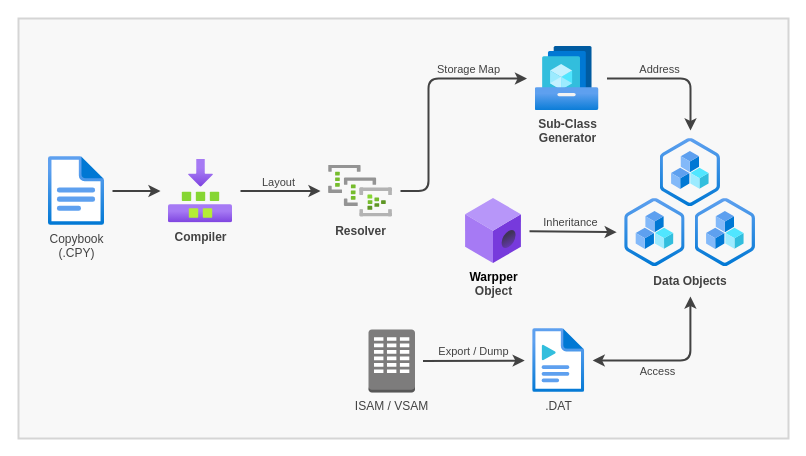
LsYueh/Get-The-Picture keeps this draw.io diagram as page "wrapper-work-flow" (3 of 5) of docs/source/get-the-picture.drawio. Above is the earlier version. Source tidied: cells renumbered, new cells numbered last; positions are measured from the earlier drawing's top-left corner, leaving out a move shared by most shapes. Both pictures are drawn from the tidied source at 100%, with x=0, y=0 at pixel (18, 18).
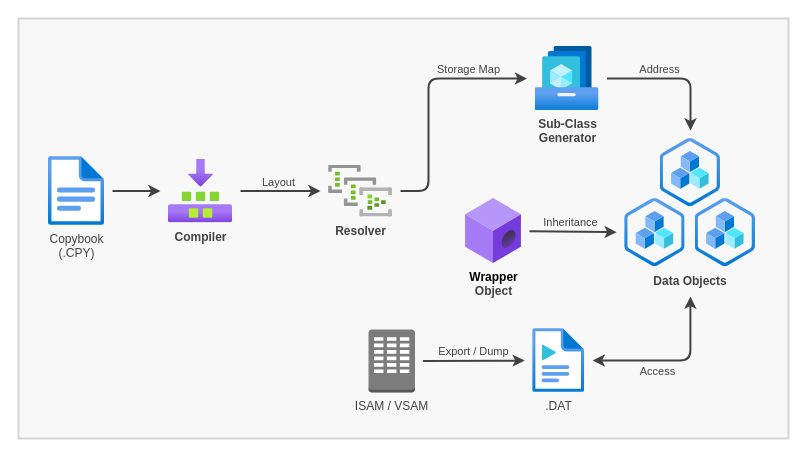
Above is the later version.

Change to the diagram source:
```diff
@@
-    <mxCell id="15" value="&lt;span style=&quot;&quot;&gt;Warpper&lt;br&gt;&lt;/span&gt;&lt;span style=&quot;color: rgb(66, 66, 66);&quot;&gt;Object&lt;/span&gt;" style="image;html=1;points=[];align=center;fontSize=12;image=img/lib/azure2/blockchain/ABS_Member.svg;labelBackgroundColor=none;fontStyle=1;" parent="1" vertex="1">
+    <mxCell id="15" value="&lt;span style=&quot;&quot;&gt;Wrapper&lt;br&gt;&lt;/span&gt;&lt;span style=&quot;color: rgb(66, 66, 66);&quot;&gt;Object&lt;/span&gt;" style="image;html=1;points=[];align=center;fontSize=12;image=img/lib/azure2/blockchain/ABS_Member.svg;labelBackgroundColor=none;fontStyle=1;" parent="1" vertex="1">
       <mxGeometry x="447" y="180" width="56" height="65" as="geometry" />
     </mxCell>
```
